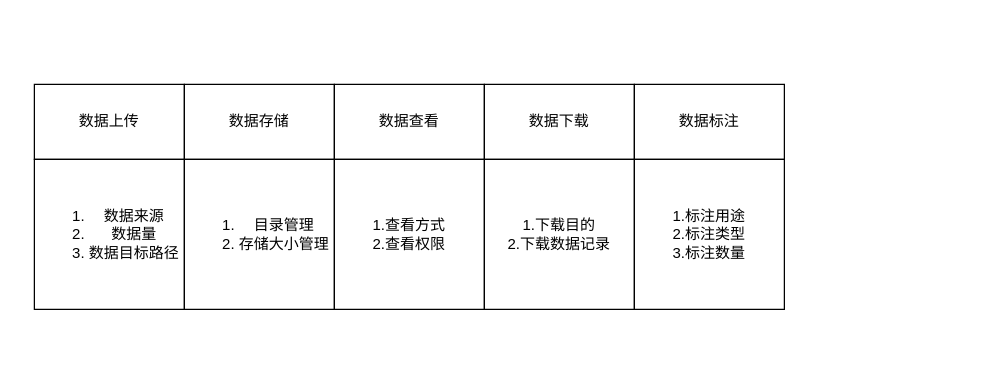
Before: page "第 1 页" (1 of 2) of 数据安全.drawio in yzy1421/Amateur-women-basketball-in-China, a draw.io diagram. Source tidied: cells renumbered, new cells numbered last; positions are measured from the earlier drawing's top-left corner, leaving out a move shared by most shapes. Both pictures are drawn from the tidied source at 125%, with x=0, y=0 at pixel (34, 84).
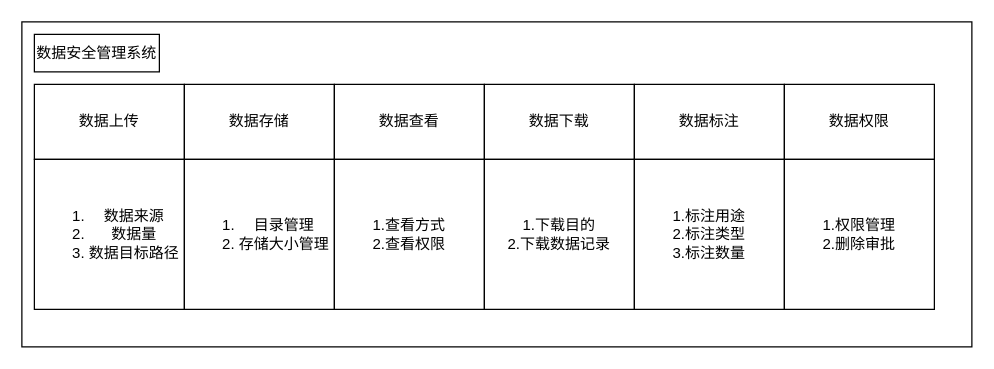
The same diagram, later.

Commit message (it also covers changes not shown here):
更新数据安全.drawio

Change to the diagram source:
```diff
@@
 <mxGraphModel>
   <root>
     <mxCell id="0" />
     <mxCell id="1" parent="0" />
+    <mxCell id="12" style="rounded=0;whiteSpace=wrap;html=1;align=left;" parent="1" vertex="1">
+      <mxGeometry x="-10" y="-50" width="760" height="260" as="geometry" />
+    </mxCell>
     <mxCell id="2" value="数据上传" style="rounded=0;whiteSpace=wrap;html=1;" parent="1" vertex="1">
       <mxGeometry width="120" height="60" as="geometry" />
     </mxCell>
     <mxCell id="3" value="数据存储" style="rounded=0;whiteSpace=wrap;html=1;" parent="1" vertex="1">
       <mxGeometry x="120" width="120" height="60" as="geometry" />
     </mxCell>
     <mxCell id="4" value="数据查看" style="rounded=0;whiteSpace=wrap;html=1;" parent="1" vertex="1">
       <mxGeometry x="240" width="120" height="60" as="geometry" />
     </mxCell>
     <mxCell id="5" value="数据下载" style="rounded=0;whiteSpace=wrap;html=1;" parent="1" vertex="1">
       <mxGeometry x="360" width="120" height="60" as="geometry" />
     </mxCell>
     <mxCell id="6" value="数据标注" style="rounded=0;whiteSpace=wrap;html=1;" parent="1" vertex="1">
       <mxGeometry x="480" width="120" height="60" as="geometry" />
     </mxCell>
     <mxCell id="7" value="&lt;ol&gt;&lt;li&gt;数据来源&lt;/li&gt;&lt;li&gt;数据量&lt;/li&gt;&lt;li&gt;数据目标路径&lt;/li&gt;&lt;/ol&gt;" style="whiteSpace=wrap;html=1;align=center;" parent="1" vertex="1">
       <mxGeometry y="60" width="120" height="120" as="geometry" />
     </mxCell>
     <mxCell id="8" value="&lt;ol&gt;&lt;li&gt;目录管理&lt;/li&gt;&lt;li&gt;存储大小管理&lt;/li&gt;&lt;/ol&gt;" style="whiteSpace=wrap;html=1;" parent="1" vertex="1">
       <mxGeometry x="120" y="60" width="120" height="120" as="geometry" />
     </mxCell>
     <mxCell id="9" value="&lt;span style=&quot;background-color: initial;&quot;&gt;1.查看方式&lt;/span&gt;&lt;br&gt;&lt;span style=&quot;background-color: initial;&quot;&gt;2.查看权限&lt;/span&gt;" style="whiteSpace=wrap;html=1;" parent="1" vertex="1">
       <mxGeometry x="240" y="60" width="120" height="120" as="geometry" />
     </mxCell>
     <mxCell id="10" value="1.下载目的&lt;br&gt;2.下载数据记录" style="whiteSpace=wrap;html=1;" parent="1" vertex="1">
       <mxGeometry x="360" y="60" width="120" height="120" as="geometry" />
     </mxCell>
     <mxCell id="11" value="1.标注用途&lt;br&gt;2.标注类型&lt;br&gt;3.标注数量" style="whiteSpace=wrap;html=1;" parent="1" vertex="1">
       <mxGeometry x="480" y="60" width="120" height="120" as="geometry" />
     </mxCell>
+    <mxCell id="13" value="数据安全管理系统" style="rounded=0;whiteSpace=wrap;html=1;" parent="1" vertex="1">
+      <mxGeometry y="-40" width="100" height="30" as="geometry" />
+    </mxCell>
+    <mxCell id="14" value="数据权限" style="rounded=0;whiteSpace=wrap;html=1;" parent="1" vertex="1">
+      <mxGeometry x="600" width="120" height="60" as="geometry" />
+    </mxCell>
+    <mxCell id="15" value="1.权限管理&lt;br&gt;2.删除审批" style="whiteSpace=wrap;html=1;" parent="1" vertex="1">
+      <mxGeometry x="600" y="60" width="120" height="120" as="geometry" />
+    </mxCell>
   </root>
 </mxGraphModel>
```
